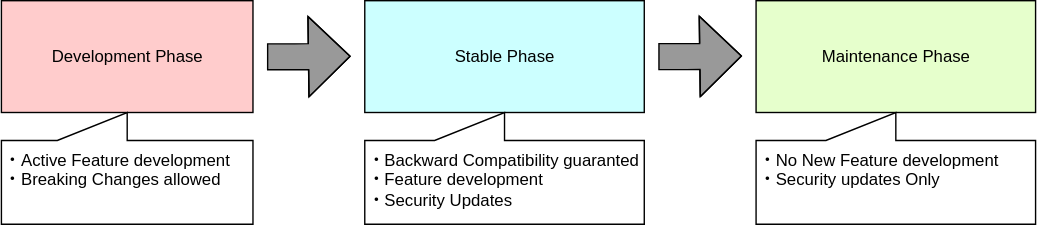
The draw.io diagram docs/tutorials/02_system_scope_versioning/assets/Yoriito_DevPhaseOverview.drawio.svg in yoriito/yoriito, before a commit. Source tidied: cells renumbered, new cells last; positions are measured from the earlier drawing's top-left corner, leaving out a move shared by most shapes. Source of this version:
```xml
<mxGraphModel>
  <root>
    <mxCell id="0" />
    <mxCell id="1" parent="0" />
    <mxCell id="2" value="Development Phase" style="rounded=0;whiteSpace=wrap;html=1;fillColor=#FFCCCC;" parent="1" vertex="1">
      <mxGeometry width="180" height="80" as="geometry" />
    </mxCell>
    <mxCell id="3" value="Stable Phase" style="rounded=0;whiteSpace=wrap;html=1;fillColor=#CCFFFF;" parent="1" vertex="1">
      <mxGeometry x="260" width="200" height="80" as="geometry" />
    </mxCell>
    <mxCell id="4" value="Maintenance Phase" style="rounded=0;whiteSpace=wrap;html=1;fillColor=#E6FFCC;" parent="1" vertex="1">
      <mxGeometry x="540" width="200" height="80" as="geometry" />
    </mxCell>
    <mxCell id="5" style="shape=flexArrow;endArrow=classic;html=1;rounded=0;endWidth=38;endSize=9.6;width=18.57142857142857;fillColor=#999999;" parent="1" edge="1">
      <mxGeometry relative="1" as="geometry">
        <mxPoint x="190" y="40.2" as="sourcePoint" />
        <mxPoint x="250" y="39.7" as="targetPoint" />
        <Array as="points">
          <mxPoint x="210" y="40.2" />
        </Array>
      </mxGeometry>
    </mxCell>
    <mxCell id="6" style="shape=flexArrow;endArrow=classic;html=1;rounded=0;endWidth=38;endSize=9.6;width=18.57142857142857;fillColor=#999999;" parent="1" edge="1">
      <mxGeometry relative="1" as="geometry">
        <mxPoint x="470" y="40" as="sourcePoint" />
        <mxPoint x="530" y="39.5" as="targetPoint" />
        <Array as="points">
          <mxPoint x="490" y="40" />
        </Array>
      </mxGeometry>
    </mxCell>
    <mxCell id="7" value="・Active Feature development&lt;div&gt;・Breaking Changes allowed&lt;/div&gt;" style="shape=callout;whiteSpace=wrap;html=1;perimeter=calloutPerimeter;flipV=1;flipH=1;size=20;position=0.5;base=50;align=left;verticalAlign=top;" parent="1" vertex="1">
      <mxGeometry y="80" width="180" height="80" as="geometry" />
    </mxCell>
    <mxCell id="8" value="・Backward Compatibility guaranted&lt;div&gt;・Feature development&lt;/div&gt;&lt;div&gt;・Security Updates&lt;/div&gt;" style="shape=callout;whiteSpace=wrap;html=1;perimeter=calloutPerimeter;flipV=1;flipH=1;size=20;position=0.5;base=50;align=left;verticalAlign=top;" parent="1" vertex="1">
      <mxGeometry x="260" y="80" width="200" height="80" as="geometry" />
    </mxCell>
    <mxCell id="9" value="・No New Feature development&lt;div&gt;・Security updates Only&lt;/div&gt;" style="shape=callout;whiteSpace=wrap;html=1;perimeter=calloutPerimeter;flipV=1;flipH=1;size=20;position=0.5;base=50;align=left;verticalAlign=top;" parent="1" vertex="1">
      <mxGeometry x="540" y="80" width="200" height="80" as="geometry" />
    </mxCell>
  </root>
</mxGraphModel>
```
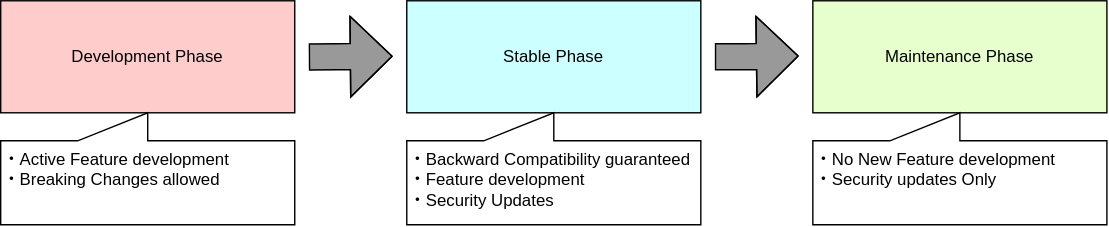
Later version of the same file.

What changed in the source:
```diff
@@ -1,42 +1,42 @@
-<mxGraphModel>
+<mxGraphModel background="#ffffff">
   <root>
     <mxCell id="0" />
     <mxCell id="1" parent="0" />
     <mxCell id="2" value="Development Phase" style="rounded=0;whiteSpace=wrap;html=1;fillColor=#FFCCCC;" parent="1" vertex="1">
-      <mxGeometry width="180" height="80" as="geometry" />
+      <mxGeometry width="210" height="80" as="geometry" />
     </mxCell>
     <mxCell id="3" value="Stable Phase" style="rounded=0;whiteSpace=wrap;html=1;fillColor=#CCFFFF;" parent="1" vertex="1">
-      <mxGeometry x="260" width="200" height="80" as="geometry" />
+      <mxGeometry x="290" width="210" height="80" as="geometry" />
     </mxCell>
     <mxCell id="4" value="Maintenance Phase" style="rounded=0;whiteSpace=wrap;html=1;fillColor=#E6FFCC;" parent="1" vertex="1">
-      <mxGeometry x="540" width="200" height="80" as="geometry" />
+      <mxGeometry x="580" width="210" height="80" as="geometry" />
     </mxCell>
     <mxCell id="5" style="shape=flexArrow;endArrow=classic;html=1;rounded=0;endWidth=38;endSize=9.6;width=18.57142857142857;fillColor=#999999;" parent="1" edge="1">
       <mxGeometry relative="1" as="geometry">
-        <mxPoint x="190" y="40.2" as="sourcePoint" />
-        <mxPoint x="250" y="39.7" as="targetPoint" />
+        <mxPoint x="220" y="40.2" as="sourcePoint" />
+        <mxPoint x="280" y="39.7" as="targetPoint" />
         <Array as="points">
-          <mxPoint x="210" y="40.2" />
+          <mxPoint x="240" y="40" />
         </Array>
       </mxGeometry>
     </mxCell>
     <mxCell id="6" style="shape=flexArrow;endArrow=classic;html=1;rounded=0;endWidth=38;endSize=9.6;width=18.57142857142857;fillColor=#999999;" parent="1" edge="1">
       <mxGeometry relative="1" as="geometry">
-        <mxPoint x="470" y="40" as="sourcePoint" />
-        <mxPoint x="530" y="39.5" as="targetPoint" />
+        <mxPoint x="510" y="40" as="sourcePoint" />
+        <mxPoint x="570" y="39.5" as="targetPoint" />
         <Array as="points">
-          <mxPoint x="490" y="40" />
+          <mxPoint x="530" y="40" />
         </Array>
       </mxGeometry>
     </mxCell>
     <mxCell id="7" value="・Active Feature development&lt;div&gt;・Breaking Changes allowed&lt;/div&gt;" style="shape=callout;whiteSpace=wrap;html=1;perimeter=calloutPerimeter;flipV=1;flipH=1;size=20;position=0.5;base=50;align=left;verticalAlign=top;" parent="1" vertex="1">
-      <mxGeometry y="80" width="180" height="80" as="geometry" />
+      <mxGeometry y="80" width="210" height="80" as="geometry" />
     </mxCell>
-    <mxCell id="8" value="・Backward Compatibility guaranted&lt;div&gt;・Feature development&lt;/div&gt;&lt;div&gt;・Security Updates&lt;/div&gt;" style="shape=callout;whiteSpace=wrap;html=1;perimeter=calloutPerimeter;flipV=1;flipH=1;size=20;position=0.5;base=50;align=left;verticalAlign=top;" parent="1" vertex="1">
-      <mxGeometry x="260" y="80" width="200" height="80" as="geometry" />
+    <mxCell id="8" value="・Backward Compatibility guaranteed&lt;div&gt;・Feature development&lt;/div&gt;&lt;div&gt;・Security Updates&lt;/div&gt;" style="shape=callout;whiteSpace=wrap;html=1;perimeter=calloutPerimeter;flipV=1;flipH=1;size=20;position=0.5;base=50;align=left;verticalAlign=top;" parent="1" vertex="1">
+      <mxGeometry x="290" y="80" width="210" height="80" as="geometry" />
     </mxCell>
     <mxCell id="9" value="・No New Feature development&lt;div&gt;・Security updates Only&lt;/div&gt;" style="shape=callout;whiteSpace=wrap;html=1;perimeter=calloutPerimeter;flipV=1;flipH=1;size=20;position=0.5;base=50;align=left;verticalAlign=top;" parent="1" vertex="1">
-      <mxGeometry x="540" y="80" width="200" height="80" as="geometry" />
+      <mxGeometry x="580" y="80" width="210" height="80" as="geometry" />
     </mxCell>
   </root>
 </mxGraphModel>
```
